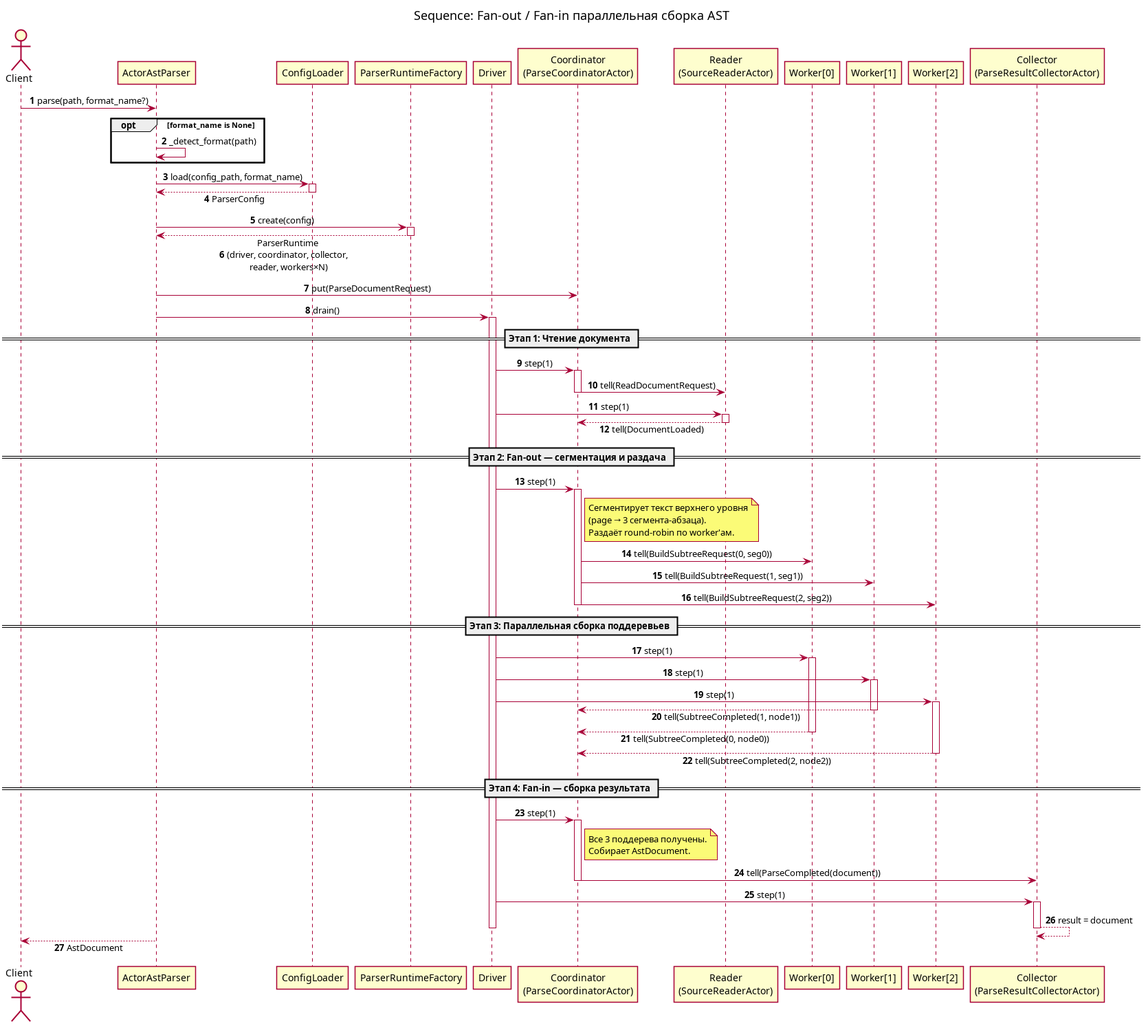
The PlantUML diagram docs/uml/fanout_sequence.png in Forthey/DiGr, before a commit. Its source is kept beside it as docs/uml/fanout_sequence.puml. Source of this version:
```plantuml
@startuml
autonumber
skinparam shadowing false
skinparam sequenceMessageAlign center
skinparam responseMessageBelowArrow true

title Sequence: Fan-out / Fan-in параллельная сборка AST

actor Client
participant ActorAstParser
participant ConfigLoader
participant ParserRuntimeFactory
participant Driver
participant Coordinator as "Coordinator\n(ParseCoordinatorActor)"
participant Reader as "Reader\n(SourceReaderActor)"
participant "Worker[0]" as W0
participant "Worker[1]" as W1
participant "Worker[2]" as W2
participant Collector as "Collector\n(ParseResultCollectorActor)"

Client -> ActorAstParser: parse(path, format_name?)

opt format_name is None
  ActorAstParser -> ActorAstParser: _detect_format(path)
end

ActorAstParser -> ConfigLoader: load(config_path, format_name)
activate ConfigLoader
ConfigLoader --> ActorAstParser: ParserConfig
deactivate ConfigLoader

ActorAstParser -> ParserRuntimeFactory: create(config)
activate ParserRuntimeFactory
ParserRuntimeFactory --> ActorAstParser: ParserRuntime\n(driver, coordinator, collector,\n reader, workers×N)
deactivate ParserRuntimeFactory

ActorAstParser -> Coordinator: put(ParseDocumentRequest)
ActorAstParser -> Driver: drain()
activate Driver

== Этап 1: Чтение документа ==

Driver -> Coordinator: step(1)
activate Coordinator
Coordinator -> Reader: tell(ReadDocumentRequest)
deactivate Coordinator

Driver -> Reader: step(1)
activate Reader
Reader --> Coordinator: tell(DocumentLoaded)
deactivate Reader

== Этап 2: Fan-out — сегментация и раздача ==

Driver -> Coordinator: step(1)
activate Coordinator
note right of Coordinator
  Сегментирует текст верхнего уровня
  (page → 3 сегмента-абзаца).
  Раздаёт round-robin по worker'ам.
end note
Coordinator -> W0: tell(BuildSubtreeRequest(0, seg0))
Coordinator -> W1: tell(BuildSubtreeRequest(1, seg1))
Coordinator -> W2: tell(BuildSubtreeRequest(2, seg2))
deactivate Coordinator

== Этап 3: Параллельная сборка поддеревьев ==

Driver -> W0: step(1)
activate W0
Driver -> W1: step(1)
activate W1
Driver -> W2: step(1)
activate W2

W1 --> Coordinator: tell(SubtreeCompleted(1, node1))
deactivate W1
W0 --> Coordinator: tell(SubtreeCompleted(0, node0))
deactivate W0
W2 --> Coordinator: tell(SubtreeCompleted(2, node2))
deactivate W2

== Этап 4: Fan-in — сборка результата ==

Driver -> Coordinator: step(1)
activate Coordinator
note right of Coordinator
  Все 3 поддерева получены.
  Собирает AstDocument.
end note
Coordinator -> Collector: tell(ParseCompleted(document))
deactivate Coordinator

Driver -> Collector: step(1)
activate Collector
Collector --> Collector: result = document
deactivate Collector

deactivate Driver

ActorAstParser --> Client: AstDocument

@enduml
```
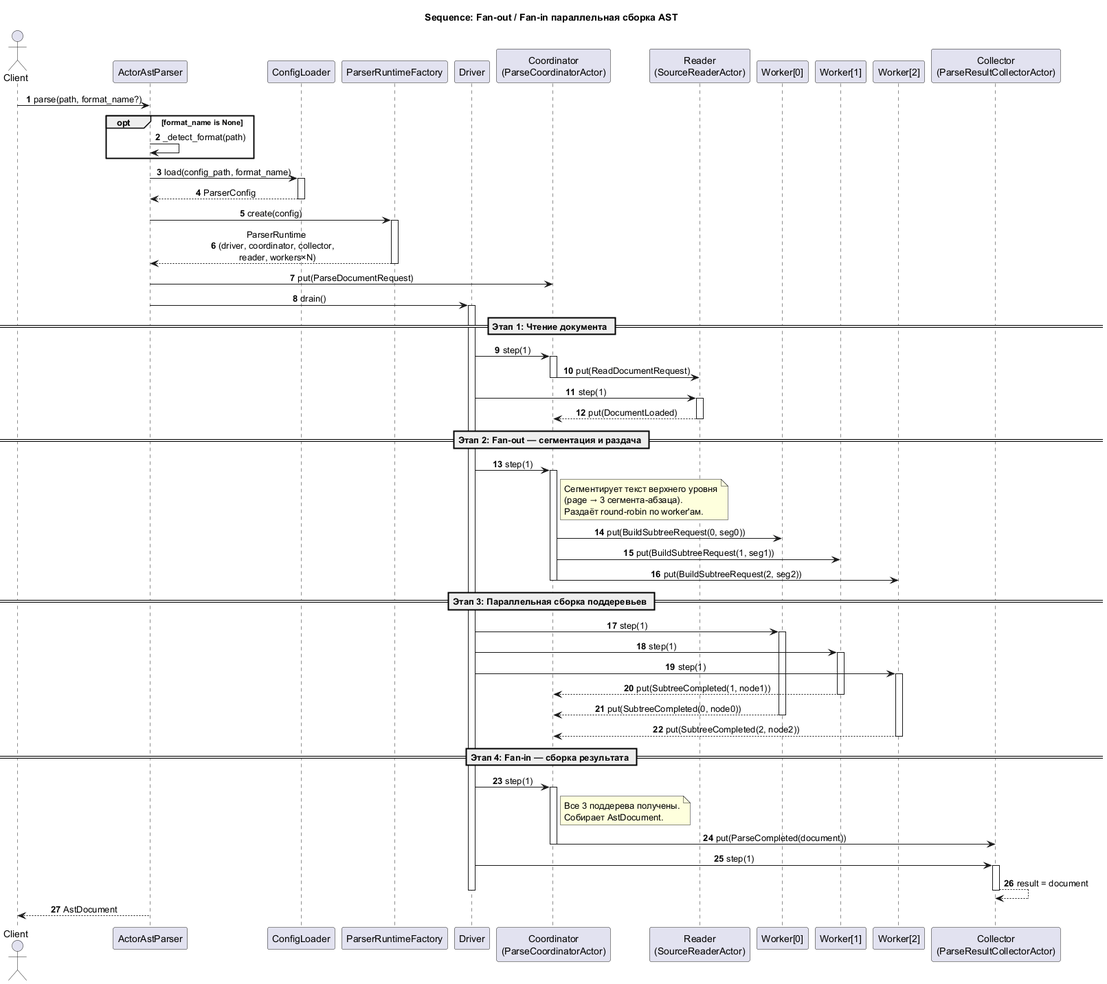
After the change.

The edit, as a diff of the source:
```diff
@@ -42,12 +42,12 @@
 
 Driver -> Coordinator: step(1)
 activate Coordinator
-Coordinator -> Reader: tell(ReadDocumentRequest)
+Coordinator -> Reader: put(ReadDocumentRequest)
 deactivate Coordinator
 
 Driver -> Reader: step(1)
 activate Reader
-Reader --> Coordinator: tell(DocumentLoaded)
+Reader --> Coordinator: put(DocumentLoaded)
 deactivate Reader
 
 == Этап 2: Fan-out — сегментация и раздача ==
@@ -59,9 +59,9 @@
   (page → 3 сегмента-абзаца).
   Раздаёт round-robin по worker'ам.
 end note
-Coordinator -> W0: tell(BuildSubtreeRequest(0, seg0))
-Coordinator -> W1: tell(BuildSubtreeRequest(1, seg1))
-Coordinator -> W2: tell(BuildSubtreeRequest(2, seg2))
+Coordinator -> W0: put(BuildSubtreeRequest(0, seg0))
+Coordinator -> W1: put(BuildSubtreeRequest(1, seg1))
+Coordinator -> W2: put(BuildSubtreeRequest(2, seg2))
 deactivate Coordinator
 
 == Этап 3: Параллельная сборка поддеревьев ==
@@ -73,11 +73,11 @@
 Driver -> W2: step(1)
 activate W2
 
-W1 --> Coordinator: tell(SubtreeCompleted(1, node1))
+W1 --> Coordinator: put(SubtreeCompleted(1, node1))
 deactivate W1
-W0 --> Coordinator: tell(SubtreeCompleted(0, node0))
+W0 --> Coordinator: put(SubtreeCompleted(0, node0))
 deactivate W0
-W2 --> Coordinator: tell(SubtreeCompleted(2, node2))
+W2 --> Coordinator: put(SubtreeCompleted(2, node2))
 deactivate W2
 
 == Этап 4: Fan-in — сборка результата ==
@@ -88,7 +88,7 @@
   Все 3 поддерева получены.
   Собирает AstDocument.
 end note
-Coordinator -> Collector: tell(ParseCompleted(document))
+Coordinator -> Collector: put(ParseCompleted(document))
 deactivate Coordinator
 
 Driver -> Collector: step(1)
```
